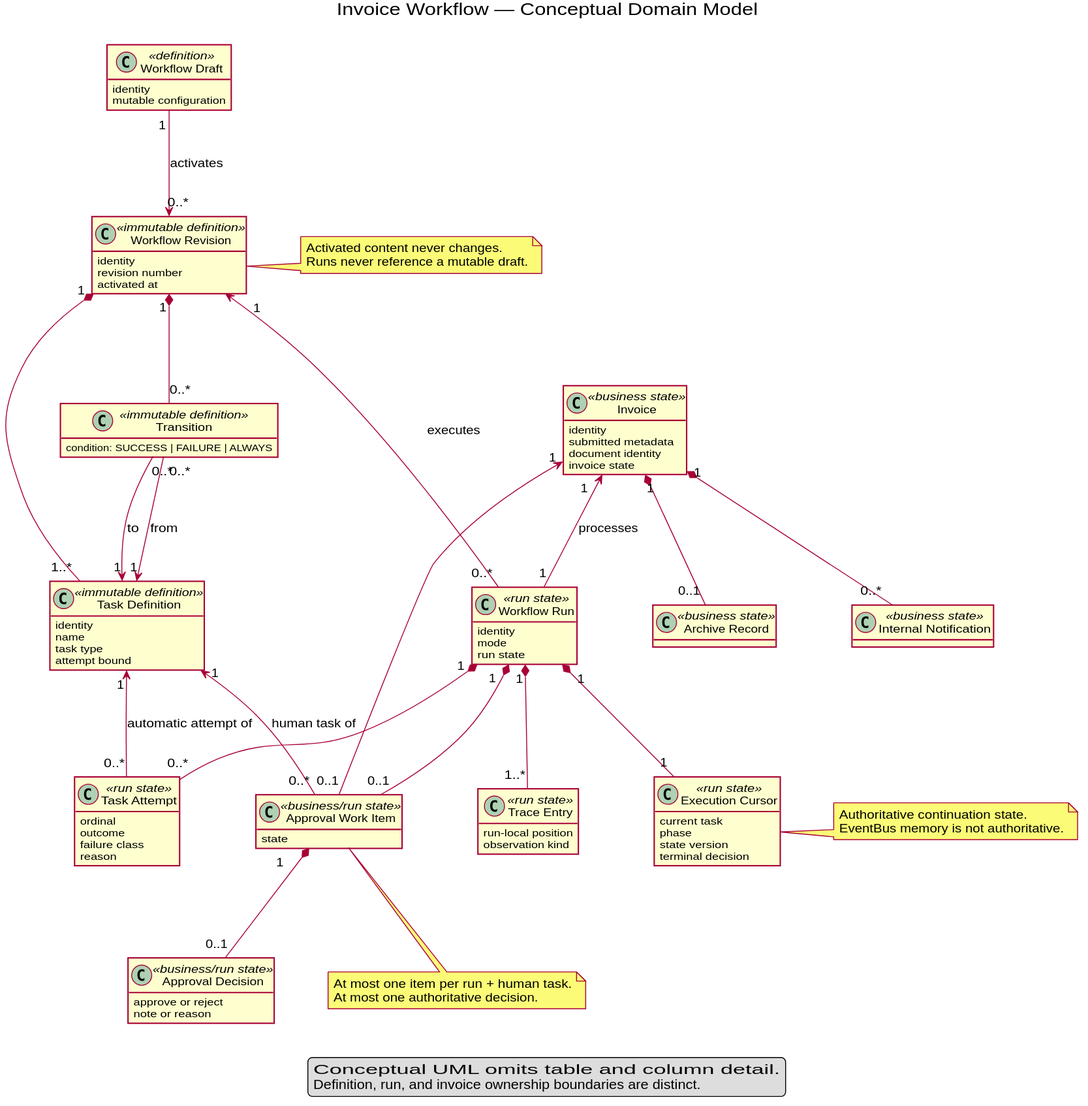
This is docs/architecture/uml/rendered/domain-model.svg from MAES1102/WMS, a PlantUML export, as it was before one commit.
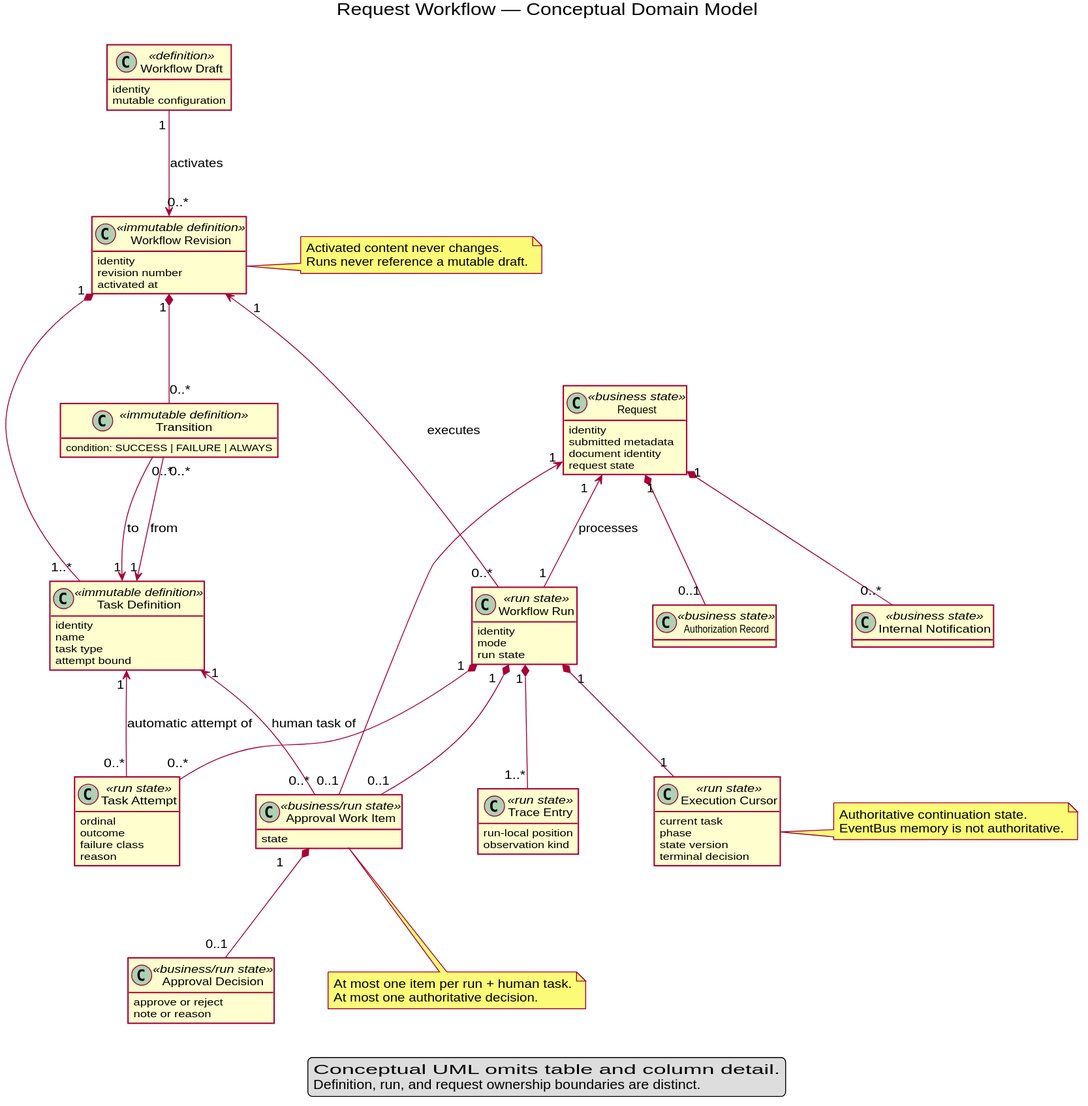
The same diagram one commit later.

The edit, as a diff of the source:
```diff
@@ -1,5 +1,5 @@
 @startuml
-title Invoice Workflow — Conceptual Domain Model
+title Request Workflow — Conceptual Domain Model
 hide methods
 skinparam classAttributeIconSize 0
 skinparam shadowing false
@@ -22,11 +22,11 @@
 class Transition <<immutable definition>> {
   condition: SUCCESS | FAILURE | ALWAYS
 }
-class Invoice <<business state>> {
+class Request <<business state>> {
   identity
   submitted metadata
   document identity
-  invoice state
+  request state
 }
 class "Workflow Run" as Run <<run state>> {
   identity
@@ -52,7 +52,7 @@
   approve or reject
   note or reason
 }
-class "Archive Record" as Archive <<business state>>
+class "Authorization Record" as Authorization <<business state>>
 class "Internal Notification" as Notification <<business state>>
 class "Trace Entry" as Trace <<run state>> {
   run-local position
@@ -65,16 +65,16 @@
 Transition "0..*" --> "1" Task : from
 Transition "0..*" --> "1" Task : to
 Revision "1" <-- "0..*" Run : executes
-Invoice "1" <-- "1" Run : processes
+Request "1" <-- "1" Run : processes
 Run "1" *-- "1" Cursor
 Run "1" *-- "0..*" Attempt
 Task "1" <-- "0..*" Attempt : automatic attempt of
 Run "1" *-- "0..1" WorkItem
-Invoice "1" <-- "0..1" WorkItem
+Request "1" <-- "0..1" WorkItem
 Task "1" <-- "0..*" WorkItem : human task of
 WorkItem "1" *-- "0..1" Decision
-Invoice "1" *-- "0..1" Archive
-Invoice "1" *-- "0..*" Notification
+Request "1" *-- "0..1" Authorization
+Request "1" *-- "0..*" Notification
 Run "1" *-- "1..*" Trace
 
 note right of Revision
@@ -94,6 +94,6 @@
 
 legend
 Conceptual UML omits table and column detail.
-Definition, run, and invoice ownership boundaries are distinct.
+Definition, run, and request ownership boundaries are distinct.
 endlegend
 @enduml
```
